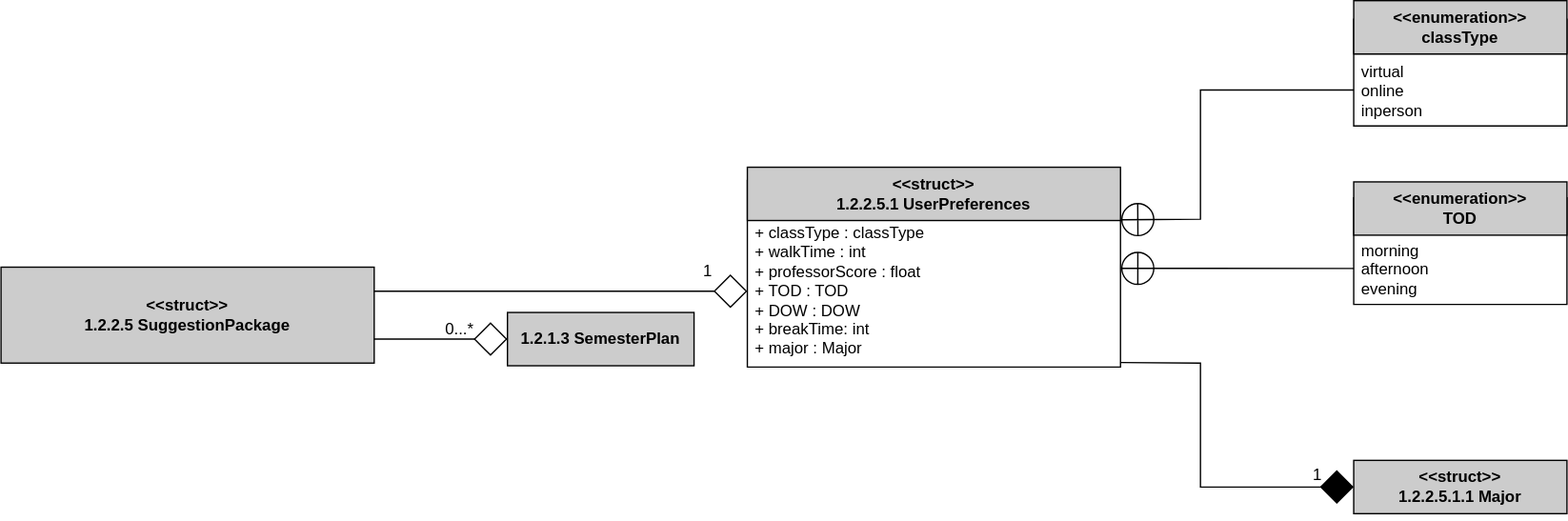
Earlier version of the draw.io export Logic/TeamTwoFiles/1.2.2.5.1UserPreferencesClassDiagram.svg (MckennahPalmer/CSE430). Source tidied: cells renumbered, new cells last; positions are measured from the earlier drawing's top-left corner, leaving out a move shared by most shapes.
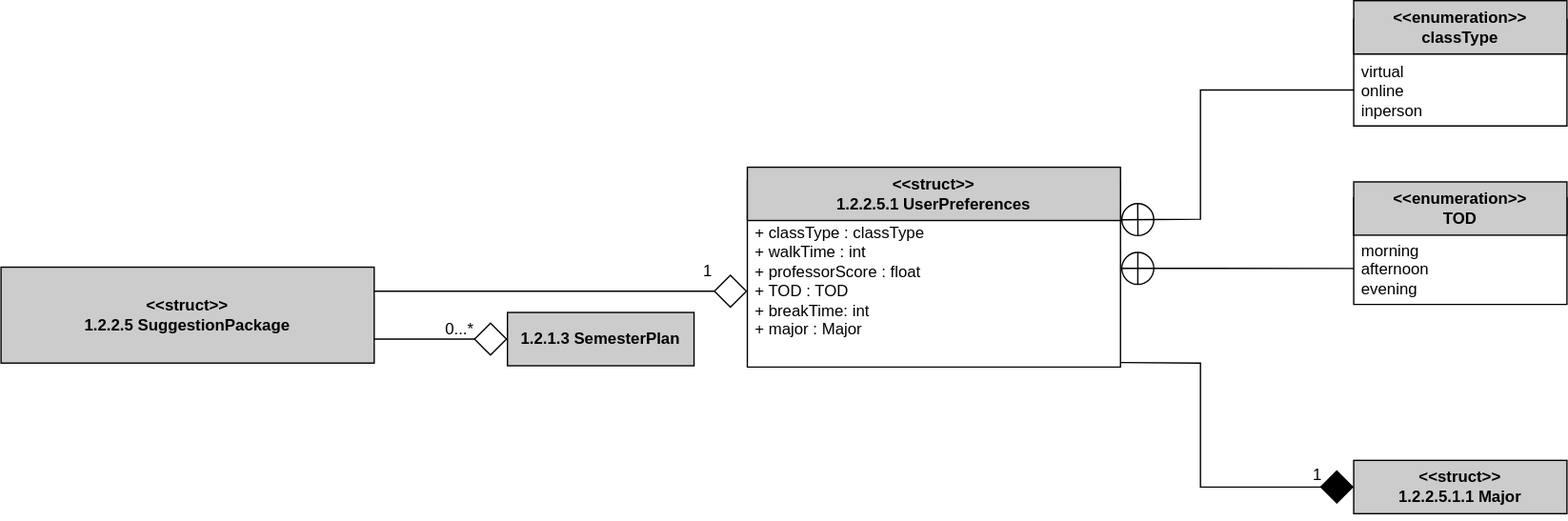
The same file after the commit.

Commit message:
UPDATE removed DOW from 1.2.2.5.1 Diagram

Diff of the diagram source:
```diff
@@ -5,7 +5,7 @@
     <mxCell id="2" value="SuggestionPackage" style="swimlane;fontStyle=1;align=center;verticalAlign=top;horizontal=1;startSize=26;whiteSpace=wrap;html=1;fillColor=#CCCCCC;" parent="1" vertex="1">
       <mxGeometry x="560" y="135" width="280" height="140" as="geometry" />
     </mxCell>
-    <mxCell id="3" value="+ classType : classType&lt;br&gt;+ walkTime : int&lt;br&gt;+ professorScore : float&lt;br&gt;+ TOD : TOD&lt;br&gt;+ DOW : DOW&lt;br&gt;+ breakTime: int&lt;br&gt;+ major : Major&lt;div&gt;&lt;br&gt;&lt;/div&gt;" style="text;strokeColor=none;fillColor=none;align=left;verticalAlign=top;spacingLeft=4;spacingRight=4;overflow=hidden;points=[[0,0.2,0,0,0],[0,0.4,0,0,0],[0,0.6,0,0,0],[0,0.8,0,0,0],[1,0.03,0,0,0],[1,0.35,0,0,0],[1,0.65,0,0,0],[1,0.97,0,0,0]];portConstraint=eastwest;whiteSpace=wrap;html=1;" parent="2" vertex="1">
+    <mxCell id="3" value="+ classType : classType&lt;br&gt;+ walkTime : int&lt;br&gt;+ professorScore : float&lt;br&gt;+ TOD : TOD&lt;br&gt;+ breakTime: int&lt;br&gt;+ major : Major&lt;div&gt;&lt;br&gt;&lt;/div&gt;" style="text;strokeColor=none;fillColor=none;align=left;verticalAlign=top;spacingLeft=4;spacingRight=4;overflow=hidden;points=[[0,0.2,0,0,0],[0,0.4,0,0,0],[0,0.6,0,0,0],[0,0.8,0,0,0],[1,0.03,0,0,0],[1,0.35,0,0,0],[1,0.65,0,0,0],[1,0.97,0,0,0]];portConstraint=eastwest;whiteSpace=wrap;html=1;" parent="2" vertex="1">
       <mxGeometry y="26" width="280" height="114" as="geometry" />
     </mxCell>
     <mxCell id="4" value="&lt;b&gt;&amp;lt;&amp;lt;struct&amp;gt;&amp;gt;&lt;br style=&quot;border-color: var(--border-color);&quot;&gt;1.2.2.5 SuggestionPackage&lt;/b&gt;" style="rounded=0;whiteSpace=wrap;html=1;fillColor=#CCCCCC;" parent="1" vertex="1">
```
